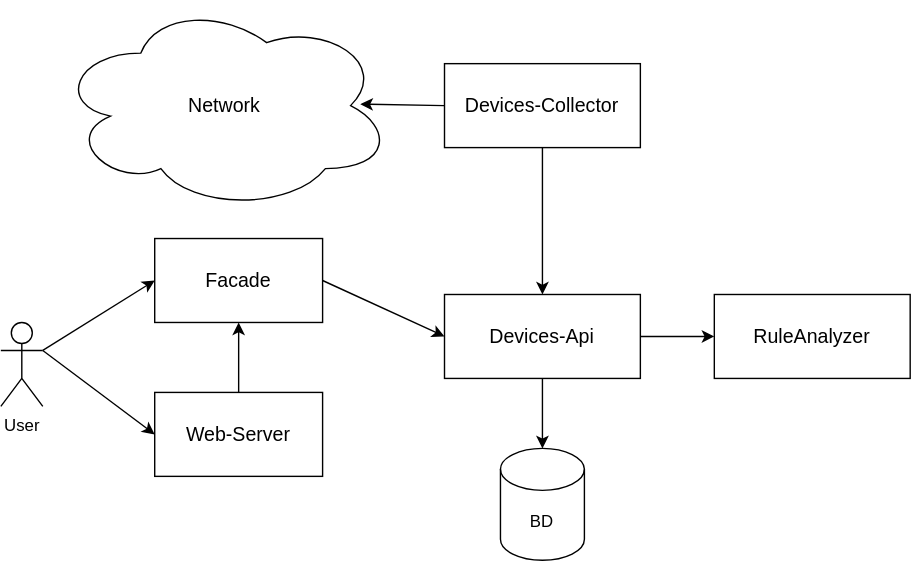
The draw.io diagram images/system_architecture.drawio.svg in Panterrich/RuleAnalyzer, before a commit. Source tidied: cells renumbered, new cells last; positions are measured from the earlier drawing's top-left corner, leaving out a move shared by most shapes. Its diagram source:
```xml
<mxGraphModel>
  <root>
    <mxCell id="0" />
    <mxCell id="1" parent="0" />
    <mxCell id="2" value="&lt;font style=&quot;font-size: 14px;&quot;&gt;Network&lt;/font&gt;" style="ellipse;shape=cloud;whiteSpace=wrap;html=1;rotation=0;" parent="1" vertex="1">
      <mxGeometry x="40" width="240" height="150" as="geometry" />
    </mxCell>
    <mxCell id="3" style="edgeStyle=orthogonalEdgeStyle;rounded=0;jettySize=auto;html=1;exitX=0.5;exitY=1;exitDx=0;exitDy=0;" parent="1" edge="1" source="4" target="7">
      <mxGeometry relative="1" as="geometry" />
    </mxCell>
    <mxCell id="4" value="&lt;font style=&quot;font-size: 14px;&quot;&gt;Devices-Collector&lt;/font&gt;" style="rounded=0;whiteSpace=wrap;html=1;" parent="1" vertex="1">
      <mxGeometry x="317.1" y="45" width="140" height="60" as="geometry" />
    </mxCell>
    <mxCell id="5" style="edgeStyle=orthogonalEdgeStyle;rounded=0;jettySize=auto;html=1;exitX=0.5;exitY=1;exitDx=0;exitDy=0;" parent="1" edge="1" source="7" target="8">
      <mxGeometry relative="1" as="geometry" />
    </mxCell>
    <mxCell id="6" style="edgeStyle=orthogonalEdgeStyle;rounded=0;jettySize=auto;html=1;exitX=1;exitY=0.5;exitDx=0;exitDy=0;entryX=0;entryY=0.5;entryDx=0;entryDy=0;" parent="1" edge="1" source="7" target="9">
      <mxGeometry relative="1" as="geometry" />
    </mxCell>
    <mxCell id="7" value="&lt;font style=&quot;font-size: 14px;&quot;&gt;Devices-Api&lt;/font&gt;" style="rounded=0;whiteSpace=wrap;html=1;" parent="1" vertex="1">
      <mxGeometry x="317.1" y="210" width="140" height="60" as="geometry" />
    </mxCell>
    <mxCell id="8" value="BD" style="shape=cylinder3;whiteSpace=wrap;html=1;boundedLbl=1;backgroundOutline=1;size=15;" parent="1" vertex="1">
      <mxGeometry x="357.1" y="320" width="60" height="80" as="geometry" />
    </mxCell>
    <mxCell id="9" value="&lt;font style=&quot;font-size: 14px;&quot;&gt;RuleAnalyzer&lt;/font&gt;" style="rounded=0;whiteSpace=wrap;html=1;" parent="1" vertex="1">
      <mxGeometry x="510" y="210" width="140" height="60" as="geometry" />
    </mxCell>
    <mxCell id="10" style="rounded=0;jettySize=auto;html=1;exitX=1;exitY=0.5;exitDx=0;exitDy=0;entryX=0;entryY=0.5;entryDx=0;entryDy=0;" parent="1" edge="1" source="11" target="7">
      <mxGeometry relative="1" as="geometry" />
    </mxCell>
    <mxCell id="11" value="&lt;font style=&quot;font-size: 14px;&quot;&gt;Facade&lt;/font&gt;" style="rounded=0;whiteSpace=wrap;html=1;" parent="1" vertex="1">
      <mxGeometry x="110" y="170" width="120" height="60" as="geometry" />
    </mxCell>
    <mxCell id="12" style="edgeStyle=orthogonalEdgeStyle;rounded=0;jettySize=auto;html=1;exitX=0.5;exitY=0;exitDx=0;exitDy=0;entryX=0.5;entryY=1;entryDx=0;entryDy=0;" parent="1" edge="1" source="13" target="11">
      <mxGeometry relative="1" as="geometry" />
    </mxCell>
    <mxCell id="13" value="&lt;font style=&quot;font-size: 14px;&quot;&gt;Web-Server&lt;/font&gt;" style="rounded=0;whiteSpace=wrap;html=1;" parent="1" vertex="1">
      <mxGeometry x="110" y="280" width="120" height="60" as="geometry" />
    </mxCell>
    <mxCell id="14" style="rounded=0;jettySize=auto;html=1;exitX=1;exitY=0.3333333333333333;exitDx=0;exitDy=0;exitPerimeter=0;entryX=0;entryY=0.5;entryDx=0;entryDy=0;" parent="1" edge="1" source="16" target="11">
      <mxGeometry relative="1" as="geometry" />
    </mxCell>
    <mxCell id="15" style="rounded=0;jettySize=auto;html=1;exitX=1;exitY=0.3333333333333333;exitDx=0;exitDy=0;exitPerimeter=0;entryX=0;entryY=0.5;entryDx=0;entryDy=0;" parent="1" edge="1" source="16" target="13">
      <mxGeometry relative="1" as="geometry" />
    </mxCell>
    <mxCell id="16" value="User" style="shape=umlActor;verticalLabelPosition=bottom;verticalAlign=top;html=1;outlineConnect=0;" parent="1" vertex="1">
      <mxGeometry y="230" width="30" height="60" as="geometry" />
    </mxCell>
    <mxCell id="17" style="rounded=0;jettySize=auto;html=1;exitX=0;exitY=0.5;exitDx=0;exitDy=0;entryX=0.904;entryY=0.493;entryDx=0;entryDy=0;entryPerimeter=0;" parent="1" edge="1" source="4" target="2">
      <mxGeometry relative="1" as="geometry" />
    </mxCell>
  </root>
</mxGraphModel>
```
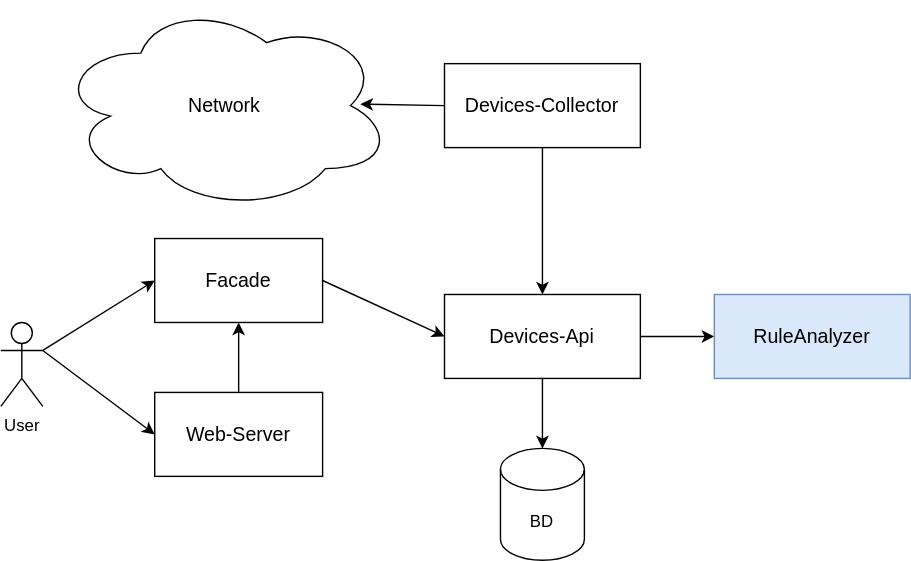
After the commit.

What changed in the source:
```diff
@@ -23,7 +23,7 @@
     <mxCell id="8" value="BD" style="shape=cylinder3;whiteSpace=wrap;html=1;boundedLbl=1;backgroundOutline=1;size=15;" parent="1" vertex="1">
       <mxGeometry x="357.1" y="320" width="60" height="80" as="geometry" />
     </mxCell>
-    <mxCell id="9" value="&lt;font style=&quot;font-size: 14px;&quot;&gt;RuleAnalyzer&lt;/font&gt;" style="rounded=0;whiteSpace=wrap;html=1;" parent="1" vertex="1">
+    <mxCell id="9" value="&lt;font style=&quot;font-size: 14px;&quot;&gt;RuleAnalyzer&lt;/font&gt;" style="rounded=0;whiteSpace=wrap;html=1;fillColor=#dae8fc;strokeColor=#6c8ebf;" parent="1" vertex="1">
       <mxGeometry x="510" y="210" width="140" height="60" as="geometry" />
     </mxCell>
     <mxCell id="10" style="rounded=0;jettySize=auto;html=1;exitX=1;exitY=0.5;exitDx=0;exitDy=0;entryX=0;entryY=0.5;entryDx=0;entryDy=0;" parent="1" edge="1" source="11" target="7">
```
